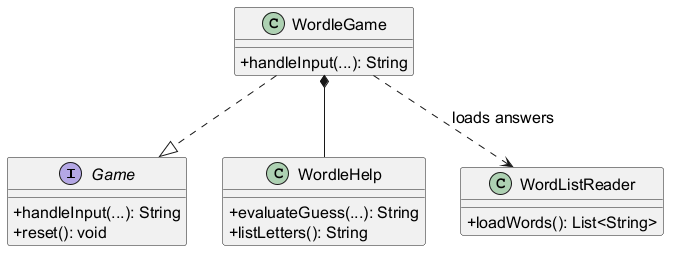
Earlier version of the PlantUML export docs/diagrams/wordle-classes.png (AY2627S1-CS2113-W12-3/tp).
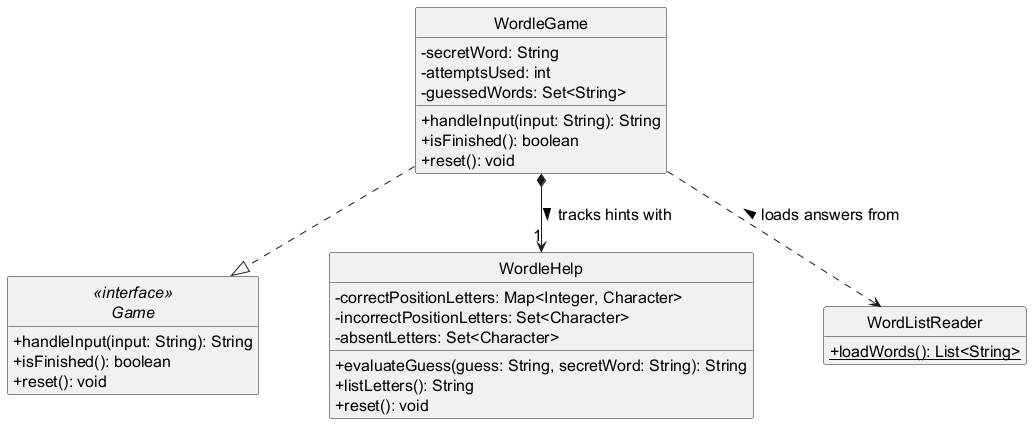
After the change.

Diff of the diagram source:
```diff
@@ -1,23 +1,35 @@
 @startuml
-skinparam defaultFontSize 16
-skinparam classAttributeIconSize 0
+!include style.iuml
 
-interface Game {
-  + handleInput(...): String
-  + reset(): void
+interface Game <<interface>> {
+  +handleInput(input: String): String
+  +isFinished(): boolean
+  +reset(): void
 }
+
 class WordleGame {
-  + handleInput(...): String
+  -secretWord: String
+  -attemptsUsed: int
+  -guessedWords: Set<String>
+  +handleInput(input: String): String
+  +isFinished(): boolean
+  +reset(): void
 }
+
 class WordleHelp {
-  + evaluateGuess(...): String
-  + listLetters(): String
+  -correctPositionLetters: Map<Integer, Character>
+  -incorrectPositionLetters: Set<Character>
+  -absentLetters: Set<Character>
+  +evaluateGuess(guess: String, secretWord: String): String
+  +listLetters(): String
+  +reset(): void
 }
+
 class WordListReader {
-  + loadWords(): List<String>
+  +{static} loadWords(): List<String>
 }
 
 WordleGame ..|> Game
-WordleGame *-- WordleHelp
-WordleGame ..> WordListReader : loads answers
+WordleGame *--> "1" WordleHelp : tracks hints with >
+WordleGame ..> WordListReader : loads answers from <
 @enduml
```
